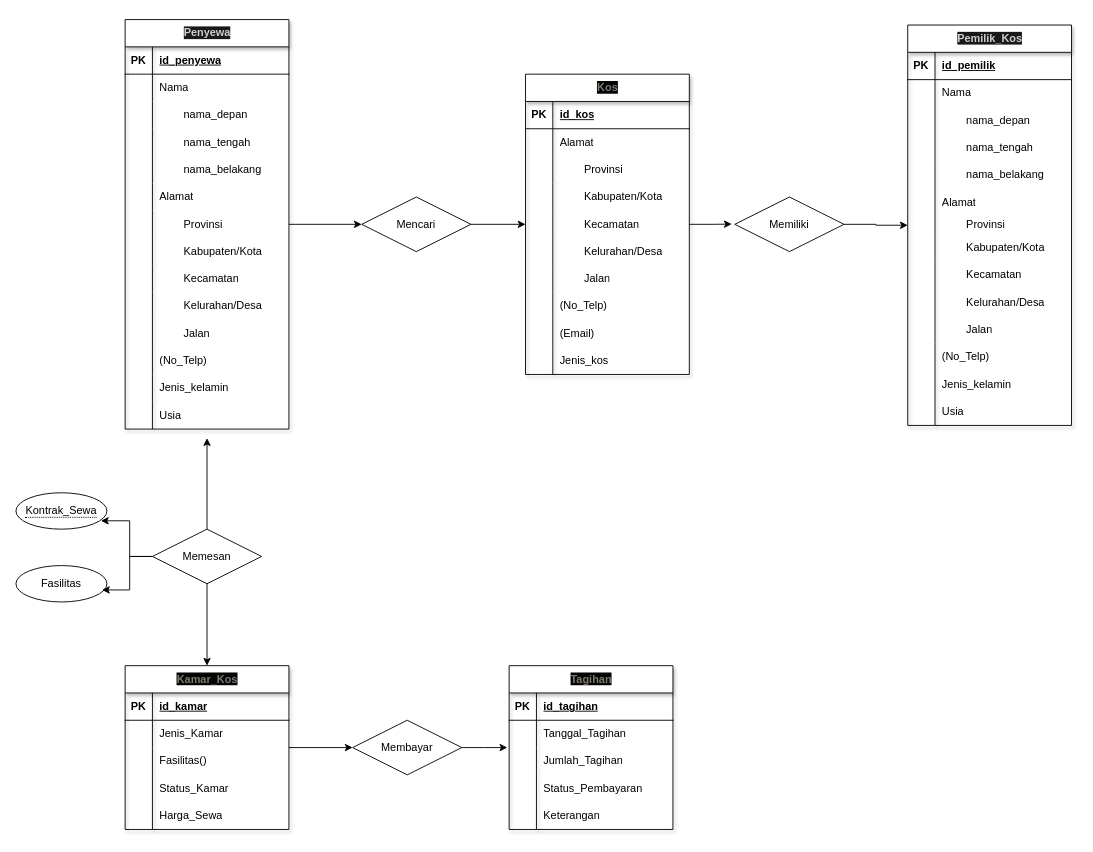
Earlier version of the draw.io diagram Basis Data/ERD/ERD Sistem Kos.drawio (fdhliakbar/lecture-assignment). Source tidied: cells renumbered, new cells numbered last; positions are measured from the earlier drawing's top-left corner, leaving out a move shared by most shapes. Both pictures are drawn from the tidied source at 91%, with x=0, y=0 at pixel (15, 19).
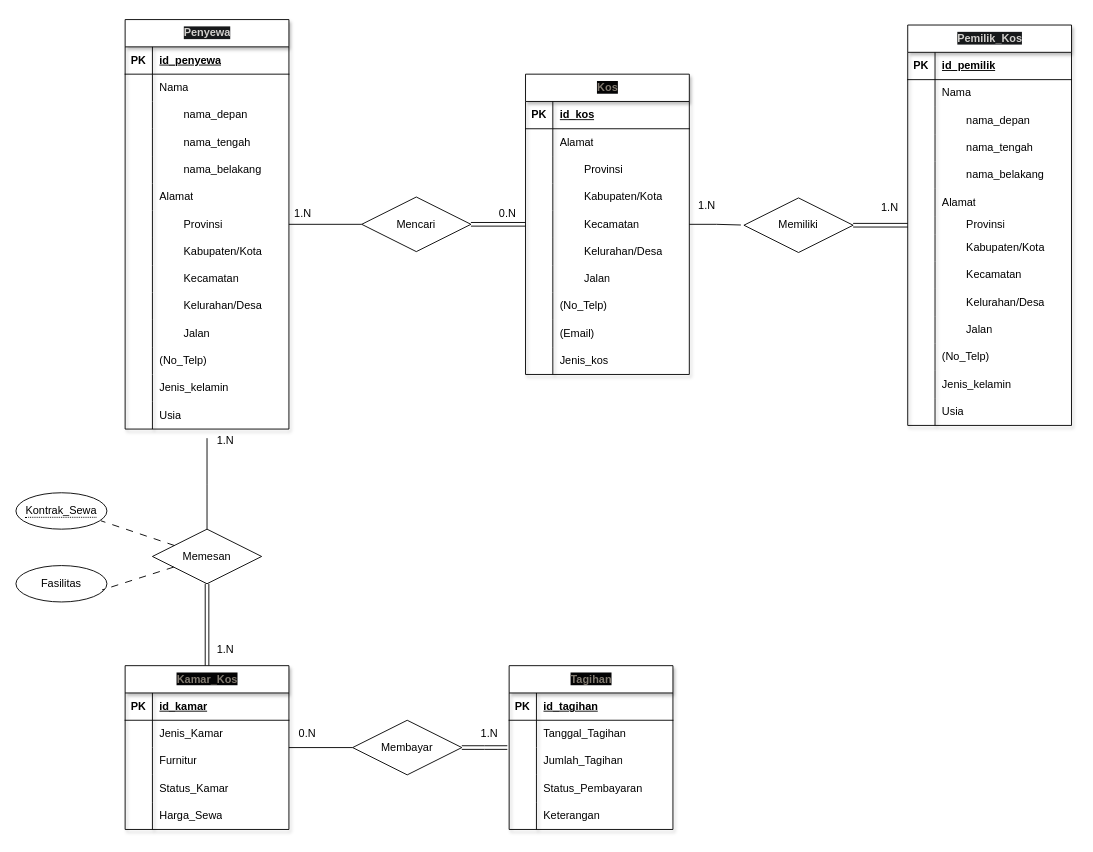
After the change.

The change refers to these unchanged cells:
```xml
<mxCell id="3" value="&lt;span style=&quot;color: rgb(209, 207, 204); font-family: Helvetica; font-size: 12px; font-style: normal; font-variant-ligatures: normal; font-variant-caps: normal; font-weight: 700; letter-spacing: normal; orphans: 2; text-align: center; text-indent: 0px; text-transform: none; widows: 2; word-spacing: 0px; -webkit-text-stroke-width: 0px; background-color: rgb(23, 25, 27); text-decoration-thickness: initial; text-decoration-style: initial; text-decoration-color: initial; float: none; --darkreader-inline-color: #b5b1ab; --darkreader-inline-bgcolor: #111213; display: inline !important;&quot;&gt;Penyewa&lt;/span&gt;" style="shape=table;startSize=30;childLayout=tableLayout;rowLines=0;fontStyle=1;align=center;html=1;fillColor=#FFFFFF;shadow=1;" parent="1" vertex="1">
  <mxGeometry x="120" width="180" height="450" as="geometry" />
</mxCell>
<mxCell id="46" value="&lt;font style=&quot;--darkreader-inline-color: #7d766b;&quot; color=&quot;#817a70&quot;&gt;&lt;span style=&quot;background-color: rgb(4, 4, 5); --darkreader-inline-bgcolor: #020303;&quot;&gt;Kos&lt;/span&gt;&lt;/font&gt;" style="shape=table;startSize=30;childLayout=tableLayout;rowLines=0;fontStyle=1;align=center;html=1;fillColor=#FFFFFF;shadow=1;" parent="1" vertex="1">
  <mxGeometry x="560" y="60" width="180" height="330" as="geometry" />
</mxCell>
<mxCell id="59" style="shape=tableRow;horizontal=0;startSize=0;swimlaneHead=0;swimlaneBody=0;fillColor=none;points=[[0,0.5],[1,0.5]];portConstraint=eastwest;top=0;left=0;right=0;bottom=0;" parent="46" vertex="1">
  <mxGeometry y="150" width="180" height="30" as="geometry" />
</mxCell>
<mxCell id="78" value="Mencari" style="shape=rhombus;perimeter=rhombusPerimeter;whiteSpace=wrap;html=1;align=center;" parent="1" vertex="1">
  <mxGeometry x="380" y="195" width="120" height="60" as="geometry" />
</mxCell>
<mxCell id="81" value="Memesan" style="shape=rhombus;perimeter=rhombusPerimeter;whiteSpace=wrap;html=1;align=center;" parent="1" vertex="1">
  <mxGeometry x="150" y="560" width="120" height="60" as="geometry" />
</mxCell>
<mxCell id="83" value="&lt;font color=&quot;#817a70&quot;&gt;&lt;span style=&quot;background-color: rgb(4, 4, 5);&quot;&gt;Kamar_Kos&lt;/span&gt;&lt;/font&gt;" style="shape=table;startSize=30;childLayout=tableLayout;rowLines=0;fontStyle=1;align=center;html=1;fillColor=#FFFFFF;shadow=1;" parent="1" vertex="1">
  <mxGeometry x="120" y="710" width="180" height="180" as="geometry" />
</mxCell>
<mxCell id="90" style="shape=tableRow;horizontal=0;startSize=0;swimlaneHead=0;swimlaneBody=0;fillColor=none;top=0;left=0;right=0;bottom=0;" parent="83" vertex="1">
  <mxGeometry y="90" width="180" height="30" as="geometry" />
</mxCell>
<mxCell id="99" value="&lt;span style=&quot;border-bottom: 1px dotted&quot;&gt;Kontrak_Sewa&lt;/span&gt;" style="ellipse;whiteSpace=wrap;html=1;align=center;" parent="1" vertex="1">
  <mxGeometry y="520" width="100" height="40" as="geometry" />
</mxCell>
<mxCell id="101" value="Membayar" style="shape=rhombus;perimeter=rhombusPerimeter;whiteSpace=wrap;html=1;align=center;" parent="1" vertex="1">
  <mxGeometry x="370" y="770" width="120" height="60" as="geometry" />
</mxCell>
<mxCell id="118" value="Fasilitas" style="ellipse;whiteSpace=wrap;html=1;align=center;" parent="1" vertex="1">
  <mxGeometry y="600" width="100" height="40" as="geometry" />
</mxCell>
<mxCell id="140" style="shape=tableRow;horizontal=0;startSize=0;swimlaneHead=0;swimlaneBody=0;fillColor=none;points=[[0,0.5],[1,0.5]];portConstraint=eastwest;top=0;left=0;right=0;bottom=0;" parent="121" vertex="1">
  <mxGeometry y="210" width="180" height="20" as="geometry" />
</mxCell>
```

Diff of the diagram source:
```diff
@@
-    <mxCell id="2" style="edgeStyle=orthogonalEdgeStyle;rounded=0;jettySize=auto;html=1;entryX=0;entryY=0.5;entryDx=0;entryDy=0;" parent="1" edge="1" source="3" target="78">
+    <mxCell id="2" style="edgeStyle=orthogonalEdgeStyle;rounded=0;jettySize=auto;html=1;entryX=0;entryY=0.5;entryDx=0;entryDy=0;endArrow=none;endFill=0;" parent="1" edge="1" source="3" target="78">
       <mxGeometry relative="1" as="geometry" />
     </mxCell>
@@
-    <mxCell id="77" style="edgeStyle=orthogonalEdgeStyle;rounded=0;jettySize=auto;html=1;entryX=0;entryY=0.5;entryDx=0;entryDy=0;" parent="1" edge="1" source="78" target="59">
+    <mxCell id="77" style="edgeStyle=orthogonalEdgeStyle;rounded=0;jettySize=auto;html=1;entryX=0;entryY=0.5;entryDx=0;entryDy=0;endArrow=none;endFill=0;shape=link;" parent="1" edge="1" source="78" target="59">
       <mxGeometry relative="1" as="geometry" />
     </mxCell>
@@
-    <mxCell id="79" style="edgeStyle=orthogonalEdgeStyle;rounded=0;jettySize=auto;html=1;" parent="1" edge="1" source="81">
+    <mxCell id="79" style="edgeStyle=orthogonalEdgeStyle;rounded=0;jettySize=auto;html=1;endArrow=none;endFill=0;" parent="1" edge="1" source="81">
       <mxGeometry relative="1" as="geometry">
         <mxPoint x="210" y="460" as="targetPoint" />
       </mxGeometry>
     </mxCell>
-    <mxCell id="80" style="edgeStyle=orthogonalEdgeStyle;rounded=0;jettySize=auto;html=1;entryX=0.5;entryY=0;entryDx=0;entryDy=0;" parent="1" edge="1" source="81" target="83">
+    <mxCell id="80" style="edgeStyle=orthogonalEdgeStyle;rounded=0;jettySize=auto;html=1;entryX=0.5;entryY=0;entryDx=0;entryDy=0;endArrow=none;endFill=0;shape=link;" parent="1" edge="1" source="81" target="83">
       <mxGeometry relative="1" as="geometry" />
     </mxCell>
@@
-    <mxCell id="82" style="edgeStyle=orthogonalEdgeStyle;rounded=0;jettySize=auto;html=1;entryX=0;entryY=0.5;entryDx=0;entryDy=0;" parent="1" edge="1" source="83" target="101">
+    <mxCell id="82" style="edgeStyle=orthogonalEdgeStyle;rounded=0;jettySize=auto;html=1;entryX=0;entryY=0.5;entryDx=0;entryDy=0;endArrow=none;endFill=0;" parent="1" edge="1" source="83" target="101">
       <mxGeometry relative="1" as="geometry" />
     </mxCell>
@@
-    <mxCell id="92" value="Fasilitas()" style="shape=partialRectangle;fillColor=none;top=0;left=0;bottom=0;right=0;align=left;spacingLeft=6;overflow=hidden;whiteSpace=wrap;html=1;" parent="90" vertex="1">
+    <mxCell id="92" value="Furnitur" style="shape=partialRectangle;fillColor=none;top=0;left=0;bottom=0;right=0;align=left;spacingLeft=6;overflow=hidden;whiteSpace=wrap;html=1;" parent="90" vertex="1">
       <mxGeometry x="30" width="150" height="30" as="geometry" />
     </mxCell>
@@
-    <mxCell id="100" style="edgeStyle=orthogonalEdgeStyle;rounded=0;jettySize=auto;html=1;" parent="1" edge="1" source="101">
+    <mxCell id="100" style="edgeStyle=orthogonalEdgeStyle;rounded=0;jettySize=auto;html=1;endArrow=none;endFill=0;shape=link;" parent="1" edge="1" source="101">
       <mxGeometry relative="1" as="geometry">
         <mxPoint x="540" y="800" as="targetPoint" />
       </mxGeometry>
     </mxCell>
@@
-    <mxCell id="119" style="edgeStyle=orthogonalEdgeStyle;rounded=0;jettySize=auto;html=1;entryX=0.934;entryY=0.77;entryDx=0;entryDy=0;entryPerimeter=0;" parent="1" edge="1" source="81" target="99">
+    <mxCell id="119" style="rounded=0;jettySize=auto;html=1;entryX=0.934;entryY=0.77;entryDx=0;entryDy=0;entryPerimeter=0;endArrow=none;endFill=0;dashed=1;dashPattern=8 8;" parent="1" edge="1" source="81" target="99">
       <mxGeometry relative="1" as="geometry" />
     </mxCell>
-    <mxCell id="120" style="edgeStyle=orthogonalEdgeStyle;rounded=0;jettySize=auto;html=1;entryX=0.946;entryY=0.67;entryDx=0;entryDy=0;entryPerimeter=0;" parent="1" edge="1" source="81" target="118">
+    <mxCell id="120" style="rounded=0;jettySize=auto;html=1;entryX=0.946;entryY=0.67;entryDx=0;entryDy=0;entryPerimeter=0;endArrow=none;endFill=0;dashed=1;dashPattern=8 8;" parent="1" edge="1" source="81" target="118">
       <mxGeometry relative="1" as="geometry" />
     </mxCell>
@@
-    <mxCell id="164" style="edgeStyle=orthogonalEdgeStyle;rounded=0;jettySize=auto;html=1;" parent="1" edge="1" source="165" target="140">
+    <mxCell id="164" style="edgeStyle=orthogonalEdgeStyle;rounded=0;jettySize=auto;html=1;endArrow=none;endFill=0;shape=link;" parent="1" edge="1" source="165" target="140">
       <mxGeometry relative="1" as="geometry" />
     </mxCell>
     <mxCell id="165" value="Memiliki" style="shape=rhombus;perimeter=rhombusPerimeter;whiteSpace=wrap;html=1;align=center;" parent="1" vertex="1">
-      <mxGeometry x="790" y="195" width="120" height="60" as="geometry" />
+      <mxGeometry x="800" y="196" width="120" height="60" as="geometry" />
     </mxCell>
-    <mxCell id="166" style="edgeStyle=orthogonalEdgeStyle;rounded=0;jettySize=auto;html=1;entryX=-0.028;entryY=0.496;entryDx=0;entryDy=0;entryPerimeter=0;" parent="1" edge="1" source="46" target="165">
+    <mxCell id="166" style="edgeStyle=orthogonalEdgeStyle;rounded=0;jettySize=auto;html=1;entryX=-0.028;entryY=0.496;entryDx=0;entryDy=0;entryPerimeter=0;endArrow=none;endFill=0;" parent="1" edge="1" source="46" target="165">
       <mxGeometry relative="1" as="geometry" />
     </mxCell>
+    <mxCell id="167" value="1.N" style="text;html=1;align=center;verticalAlign=middle;strokeColor=none;fillColor=none;" parent="1" vertex="1">
+      <mxGeometry x="295" y="198" width="40" height="30" as="geometry" />
+    </mxCell>
+    <mxCell id="168" value="0.N" style="text;html=1;align=center;verticalAlign=middle;strokeColor=none;fillColor=none;" parent="1" vertex="1">
+      <mxGeometry x="520" y="198" width="40" height="30" as="geometry" />
+    </mxCell>
+    <mxCell id="169" value="1.N" style="text;html=1;align=center;verticalAlign=middle;strokeColor=none;fillColor=none;" parent="1" vertex="1">
+      <mxGeometry x="940" y="192" width="40" height="30" as="geometry" />
+    </mxCell>
+    <mxCell id="170" value="1.N" style="text;html=1;align=center;verticalAlign=middle;strokeColor=none;fillColor=none;" parent="1" vertex="1">
+      <mxGeometry x="739" y="190" width="40" height="30" as="geometry" />
+    </mxCell>
+    <mxCell id="171" value="1.N" style="text;html=1;align=center;verticalAlign=middle;strokeColor=none;fillColor=none;" parent="1" vertex="1">
+      <mxGeometry x="210" y="448" width="40" height="30" as="geometry" />
+    </mxCell>
+    <mxCell id="172" value="1.N" style="text;html=1;align=center;verticalAlign=middle;strokeColor=none;fillColor=none;" parent="1" vertex="1">
+      <mxGeometry x="210" y="678" width="40" height="30" as="geometry" />
+    </mxCell>
+    <mxCell id="173" value="0.N" style="text;html=1;align=center;verticalAlign=middle;strokeColor=none;fillColor=none;" parent="1" vertex="1">
+      <mxGeometry x="300" y="770" width="40" height="30" as="geometry" />
+    </mxCell>
+    <mxCell id="174" value="1.N" style="text;html=1;align=center;verticalAlign=middle;strokeColor=none;fillColor=none;" parent="1" vertex="1">
+      <mxGeometry x="500" y="770" width="40" height="30" as="geometry" />
+    </mxCell>
```
